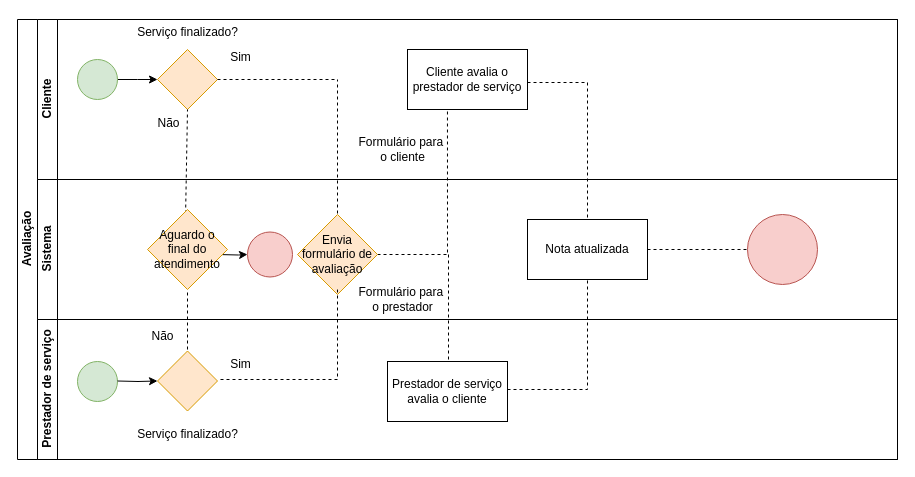
This is Avaliação.drawio from wholocked1/projeto_eng_software_041, a draw.io file, before an edit. Source tidied: cells renumbered, new cells numbered last; positions are measured from the earlier drawing's top-left corner, leaving out a move shared by most shapes. Both pictures are drawn from the tidied source at 100%, with x=0, y=0 at pixel (17, 17).
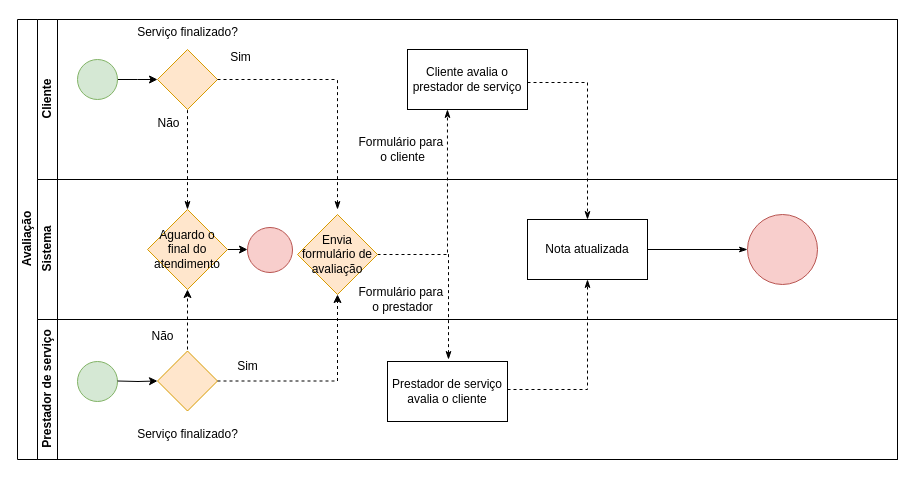
The same page after the edit.

Unchanged cells that the change refers to:
```xml
<mxCell id="2" value="Avaliação" style="swimlane;html=1;horizontal=0;startSize=20;" parent="1" vertex="1">
  <mxGeometry y="2" width="880" height="440" as="geometry" />
</mxCell>
<mxCell id="3" value="Cliente" style="swimlane;html=1;startSize=20;horizontal=0;" parent="2" vertex="1">
  <mxGeometry x="20" width="860" height="160" as="geometry" />
</mxCell>
<mxCell id="9" value="Cliente avalia o prestador de serviço" style="rounded=0;whiteSpace=wrap;html=1;" parent="3" vertex="1">
  <mxGeometry x="370" y="30" width="120" height="60" as="geometry" />
</mxCell>
<mxCell id="13" value="Sistema" style="swimlane;html=1;startSize=20;horizontal=0;" parent="2" vertex="1">
  <mxGeometry x="20" y="160" width="860" height="140" as="geometry" />
</mxCell>
<mxCell id="16" value="Nota atualizada" style="rounded=0;whiteSpace=wrap;html=1;" parent="13" vertex="1">
  <mxGeometry x="490" y="40" width="120" height="60" as="geometry" />
</mxCell>
<mxCell id="19" value="Envia formulário de avaliação" style="rhombus;whiteSpace=wrap;html=1;fillColor=#ffe6cc;strokeColor=#d79b00;" parent="13" vertex="1">
  <mxGeometry x="260" y="35" width="80" height="80" as="geometry" />
</mxCell>
<mxCell id="24" value="Aguardo o final do atendimento" style="rhombus;whiteSpace=wrap;html=1;fillColor=#ffe6cc;strokeColor=#d79b00;" parent="13" vertex="1">
  <mxGeometry x="110" y="30" width="80" height="80" as="geometry" />
</mxCell>
<mxCell id="25" value="Prestador de serviço" style="swimlane;html=1;startSize=20;horizontal=0;" parent="2" vertex="1">
  <mxGeometry x="20" y="300" width="860" height="140" as="geometry" />
</mxCell>
<mxCell id="28" style="rhombus;whiteSpace=wrap;html=1;fillColor=#ffe6cc;strokeColor=#d79b00;" parent="25" vertex="1">
  <mxGeometry x="120" y="31.5" width="60" height="60" as="geometry" />
</mxCell>
<mxCell id="37" value="Não" style="text;html=1;align=center;verticalAlign=middle;points=[];strokeColor=none;fillColor=none;" parent="1" vertex="1">
  <mxGeometry x="126" y="91" width="50" height="30" as="geometry" />
</mxCell>
```

Change to the diagram source:
```diff
@@
-    <mxCell id="10" style="endArrow=none;dashed=1;html=1;rounded=0;exitX=0.5;exitY=0;exitDx=0;exitDy=0;" parent="3" edge="1">
+    <mxCell id="10" style="endArrow=none;dashed=1;html=1;rounded=0;startArrow=classicThin;startFill=1;" parent="3" edge="1">
       <mxGeometry relative="1" as="geometry">
-        <mxPoint x="300" y="200" as="sourcePoint" />
+        <mxPoint x="300" y="190" as="sourcePoint" />
         <mxPoint x="300" y="60" as="targetPoint" />
       </mxGeometry>
     </mxCell>
-    <mxCell id="11" style="endArrow=none;dashed=1;html=1;rounded=0;" parent="3" edge="1">
+    <mxCell id="11" style="endArrow=classicThin;dashed=1;html=1;rounded=0;startArrow=none;startFill=0;endFill=1;entryX=0.5;entryY=0;entryDx=0;entryDy=0;" parent="3" edge="1" target="16">
       <mxGeometry relative="1" as="geometry">
         <mxPoint x="490" y="63" as="sourcePoint" />
-        <mxPoint x="550" y="210" as="targetPoint" />
         <Array as="points">
           <mxPoint x="550" y="63" />
         </Array>
       </mxGeometry>
     </mxCell>
@@
-    <mxCell id="14" style="endArrow=none;dashed=1;html=1;rounded=0;entryX=0.88;entryY=0.033;entryDx=0;entryDy=0;entryPerimeter=0;" parent="13" edge="1" target="37">
-      <mxGeometry relative="1" as="geometry">
-        <mxPoint x="148" y="40" as="sourcePoint" />
-      </mxGeometry>
-    </mxCell>
-    <mxCell id="15" style="endArrow=none;dashed=1;html=1;rounded=0;entryX=0.333;entryY=1;entryDx=0;entryDy=0;entryPerimeter=0;" parent="13" edge="1" target="9">
+    <mxCell id="15" style="endArrow=classicThin;dashed=1;html=1;rounded=0;entryX=0.333;entryY=1;entryDx=0;entryDy=0;entryPerimeter=0;startArrow=none;startFill=0;endFill=1;" parent="13" edge="1" target="9">
       <mxGeometry relative="1" as="geometry">
         <mxPoint x="340" y="75" as="sourcePoint" />
         <Array as="points">
           <mxPoint x="410" y="75" />
         </Array>
       </mxGeometry>
     </mxCell>
@@
-    <mxCell id="17" style="endArrow=none;dashed=1;html=1;rounded=0;" parent="13" edge="1">
+    <mxCell id="17" style="endArrow=classicThin;html=1;rounded=0;startArrow=none;startFill=0;endFill=1;" parent="13" edge="1">
       <mxGeometry relative="1" as="geometry">
         <mxPoint x="610" y="70" as="sourcePoint" />
         <mxPoint x="710" y="70" as="targetPoint" />
       </mxGeometry>
     </mxCell>
@@
-    <mxCell id="20" style="endArrow=none;dashed=1;html=1;rounded=0;" parent="13" edge="1">
+    <mxCell id="20" style="endArrow=none;dashed=1;html=1;rounded=0;endFill=0;startArrow=classicThin;startFill=1;" parent="13" edge="1">
       <mxGeometry relative="1" as="geometry">
         <mxPoint x="411" y="180" as="sourcePoint" />
         <mxPoint x="411" y="74" as="targetPoint" />
       </mxGeometry>
     </mxCell>
@@
     <mxCell id="22" style="ellipse;whiteSpace=wrap;html=1;fillColor=#f8cecc;strokeColor=#b85450;" parent="13" vertex="1">
-      <mxGeometry x="210" y="52.5" width="45" height="45" as="geometry" />
+      <mxGeometry x="210" y="48" width="45" height="45" as="geometry" />
     </mxCell>
-    <mxCell id="23" style="edgeStyle=orthogonalEdgeStyle;rounded=0;jettySize=auto;html=1;exitX=1;exitY=0.5;exitDx=0;exitDy=0;" parent="13" edge="1" target="22">
-      <mxGeometry relative="1" as="geometry">
-        <mxPoint x="180" y="75" as="sourcePoint" />
-      </mxGeometry>
-    </mxCell>
+    <mxCell id="38" style="edgeStyle=orthogonalEdgeStyle;rounded=0;jettySize=auto;html=1;exitX=1;exitY=0.5;exitDx=0;exitDy=0;entryX=0;entryY=0.5;entryDx=0;entryDy=0;" parent="13" edge="1" source="24" target="22">
+      <mxGeometry relative="1" as="geometry" />
+    </mxCell>
@@
     <mxCell id="29" value="Sim" style="text;html=1;align=center;verticalAlign=middle;strokeColor=none;fillColor=none;" parent="25" vertex="1">
-      <mxGeometry x="183" y="30" width="40" height="30" as="geometry" />
+      <mxGeometry x="190" y="31.5" width="40" height="30" as="geometry" />
     </mxCell>
@@
-    <mxCell id="32" style="endArrow=none;dashed=1;html=1;rounded=0;" parent="25" edge="1">
+    <mxCell id="32" style="endArrow=classic;dashed=1;html=1;rounded=0;endFill=1;" parent="25" edge="1">
       <mxGeometry relative="1" as="geometry">
         <mxPoint x="150" y="30" as="sourcePoint" />
         <mxPoint x="150" y="-30" as="targetPoint" />
       </mxGeometry>
     </mxCell>
-    <mxCell id="33" style="endArrow=none;dashed=1;html=1;rounded=0;entryX=0.5;entryY=0.938;entryDx=0;entryDy=0;entryPerimeter=0;" parent="25" edge="1" target="19">
-      <mxGeometry relative="1" as="geometry">
-        <mxPoint x="183" y="60" as="sourcePoint" />
-        <Array as="points">
-          <mxPoint x="300" y="60" />
-        </Array>
-      </mxGeometry>
-    </mxCell>
@@
-    <mxCell id="35" style="endArrow=none;dashed=1;html=1;rounded=0;entryX=0.5;entryY=1;entryDx=0;entryDy=0;" parent="25" edge="1" target="16">
+    <mxCell id="35" style="endArrow=classicThin;dashed=1;html=1;rounded=0;entryX=0.5;entryY=1;entryDx=0;entryDy=0;startArrow=none;startFill=0;endFill=1;" parent="25" edge="1" target="16">
       <mxGeometry relative="1" as="geometry">
         <mxPoint x="470" y="70" as="sourcePoint" />
         <Array as="points">
           <mxPoint x="550" y="70" />
         </Array>
       </mxGeometry>
     </mxCell>
+    <mxCell id="39" style="edgeStyle=orthogonalEdgeStyle;rounded=0;jettySize=auto;html=1;exitX=1;exitY=0.5;exitDx=0;exitDy=0;entryX=0.5;entryY=1;entryDx=0;entryDy=0;dashed=1;" parent="2" edge="1" source="28" target="19">
+      <mxGeometry relative="1" as="geometry" />
+    </mxCell>
@@
+    <mxCell id="14" style="endArrow=none;dashed=1;html=1;rounded=0;entryX=0.88;entryY=0.033;entryDx=0;entryDy=0;entryPerimeter=0;startArrow=classicThin;startFill=1;exitX=0.5;exitY=0;exitDx=0;exitDy=0;" parent="1" edge="1" source="24" target="37">
+      <mxGeometry relative="1" as="geometry" />
+    </mxCell>
```
